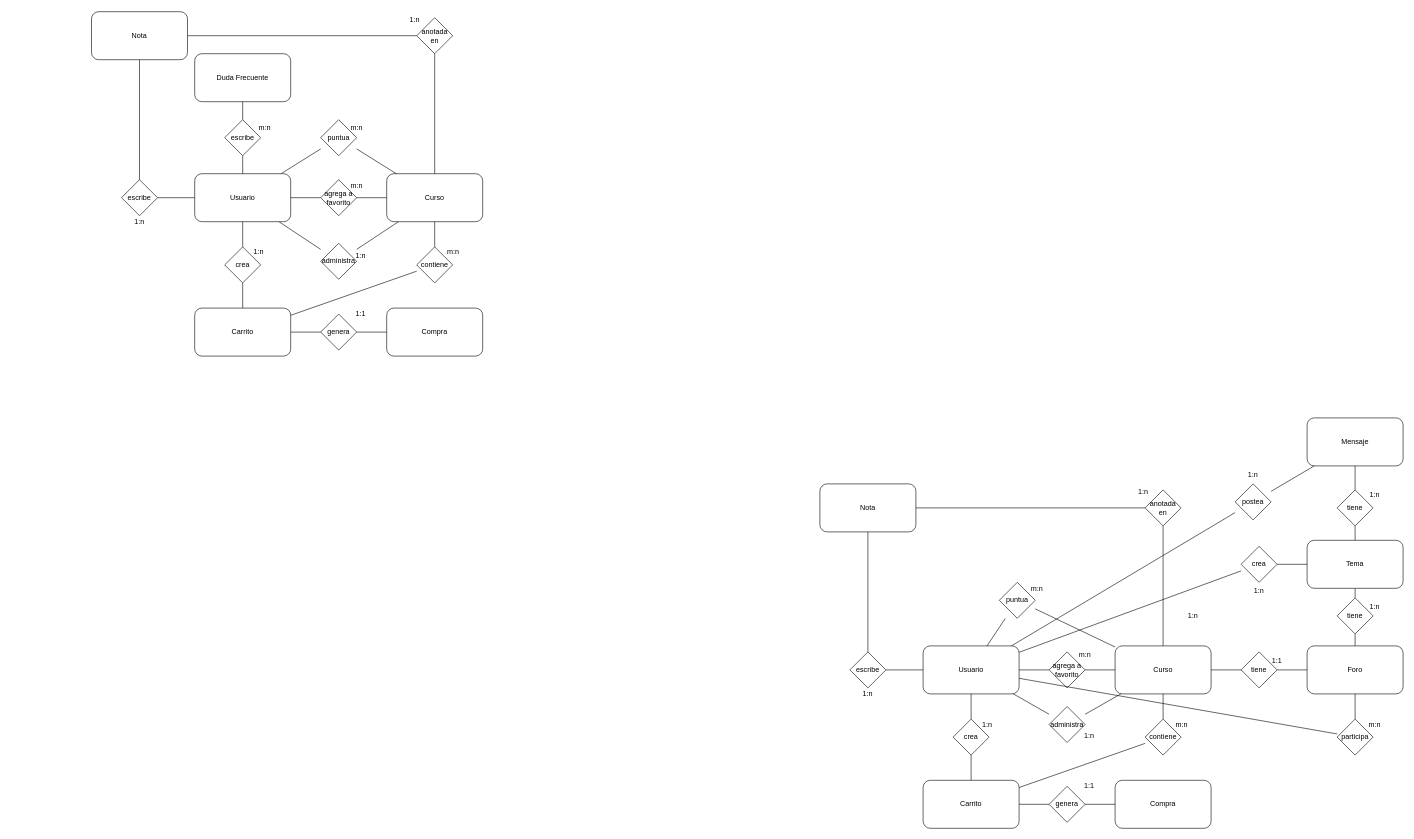
The draw.io diagram UML/diagrama_chen_tpi.drawio in GDieser/tpc-equipo-12A, before the edit. Source tidied: cells renumbered, new cells numbered last; positions are measured from the earlier drawing's top-left corner, leaving out a move shared by most shapes. Both pictures are drawn from the tidied source at 60%, with x=0, y=0 at pixel (91, 10).
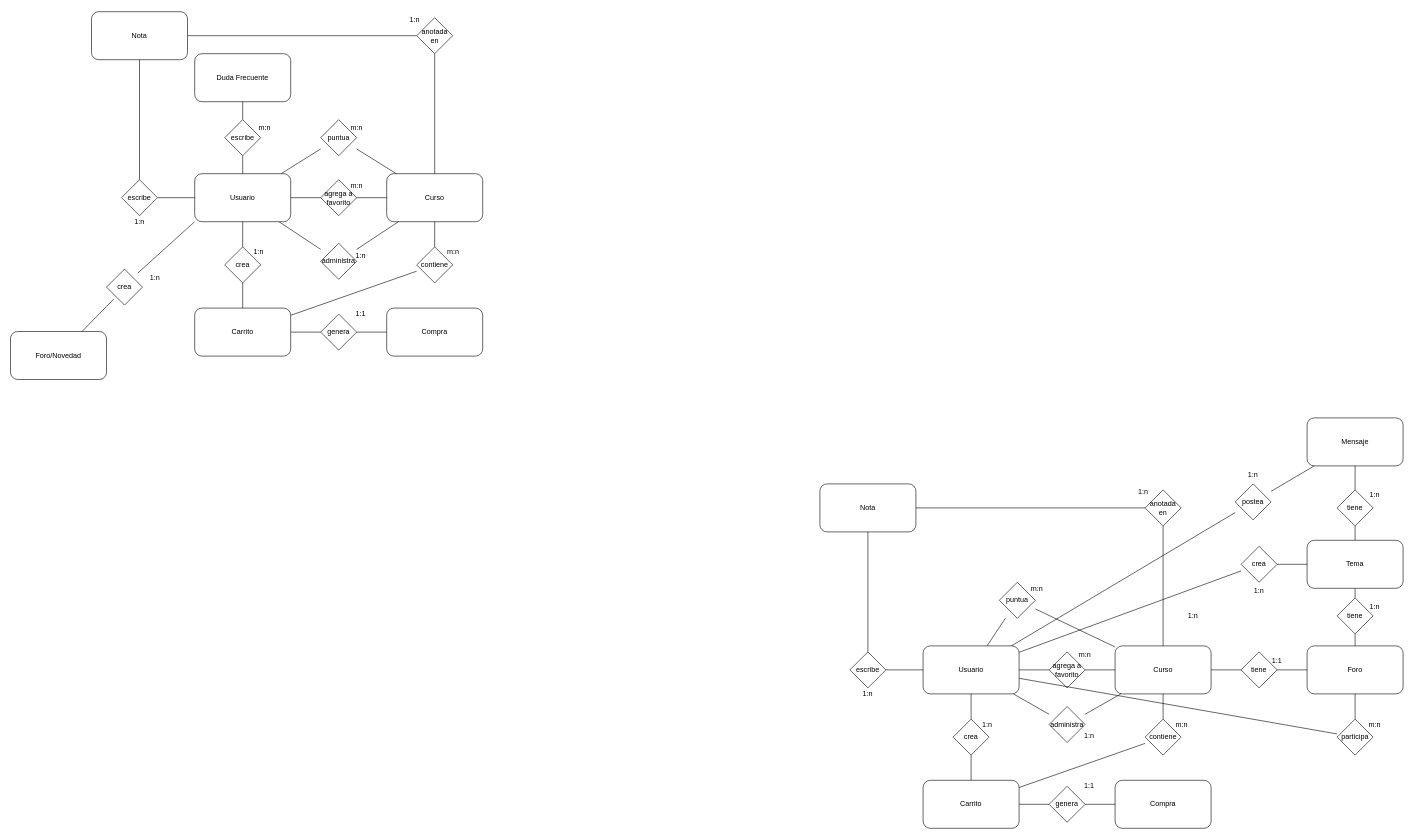
After the change.

The change refers to these unchanged cells:
```xml
<mxCell id="4" value="Usuario" style="shape=rectangle;whiteSpace=wrap;html=1;rounded=1;" parent="1" vertex="1">
  <mxGeometry x="172" y="272" width="160" height="80" as="geometry" />
</mxCell>
```

Diff of the diagram source:
```diff
@@
+    <mxCell id="109" style="edgeStyle=none;curved=1;rounded=0;jettySize=auto;html=1;exitX=0;exitY=1;exitDx=0;exitDy=0;fontSize=12;startSize=8;endSize=8;endArrow=none;startFill=0;" parent="1" edge="1" source="4">
+      <mxGeometry relative="1" as="geometry">
+        <mxPoint x="76.9" y="437.8" as="targetPoint" />
+      </mxGeometry>
+    </mxCell>
@@
+    <mxCell id="110" value="crea" style="shape=rhombus;whiteSpace=wrap;html=1;" parent="1" vertex="1">
+      <mxGeometry x="25" y="431" width="60" height="60" as="geometry" />
+    </mxCell>
+    <mxCell id="111" style="edgeStyle=none;curved=1;rounded=0;jettySize=auto;html=1;fontSize=12;startSize=8;endSize=8;endArrow=none;startFill=0;" parent="1" edge="1" source="112">
+      <mxGeometry relative="1" as="geometry">
+        <mxPoint x="37" y="481" as="targetPoint" />
+      </mxGeometry>
+    </mxCell>
+    <mxCell id="112" value="Foro/Novedad" style="shape=rectangle;whiteSpace=wrap;html=1;rounded=1;" parent="1" vertex="1">
+      <mxGeometry x="-135" y="535" width="160" height="80" as="geometry" />
+    </mxCell>
+    <mxCell id="113" value="1:n" style="text;html=1;align=center;verticalAlign=middle;whiteSpace=wrap;rounded=0;" parent="1" vertex="1">
+      <mxGeometry x="76" y="431" width="60" height="30" as="geometry" />
+    </mxCell>
```
